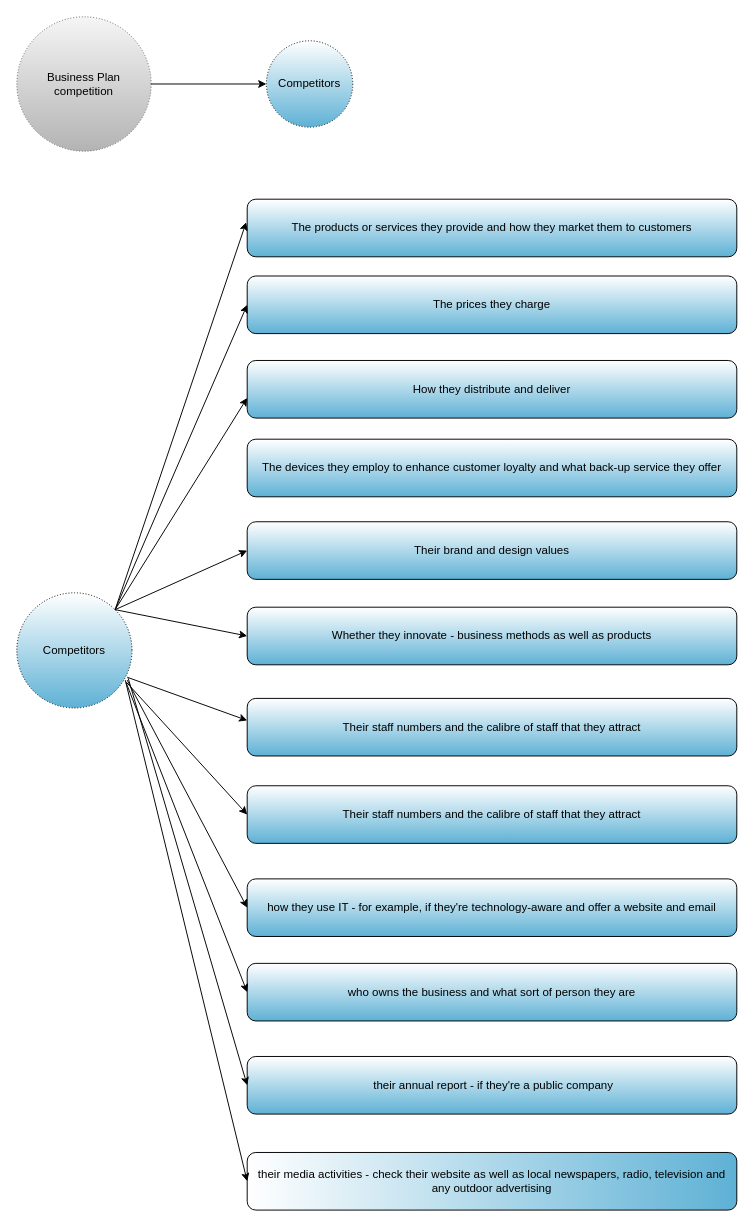
The draw.io diagram page "Business-plan-competition" (7 of 10) of 04_docs/Department_Organizational_chart.drawio in letrthong/business, before the edit. Source tidied: cells renumbered, new cells numbered last; positions are measured from the earlier drawing's top-left corner, leaving out a move shared by most shapes. Both pictures are drawn from the tidied source at 96%, with x=0, y=0 at pixel (16, 16).
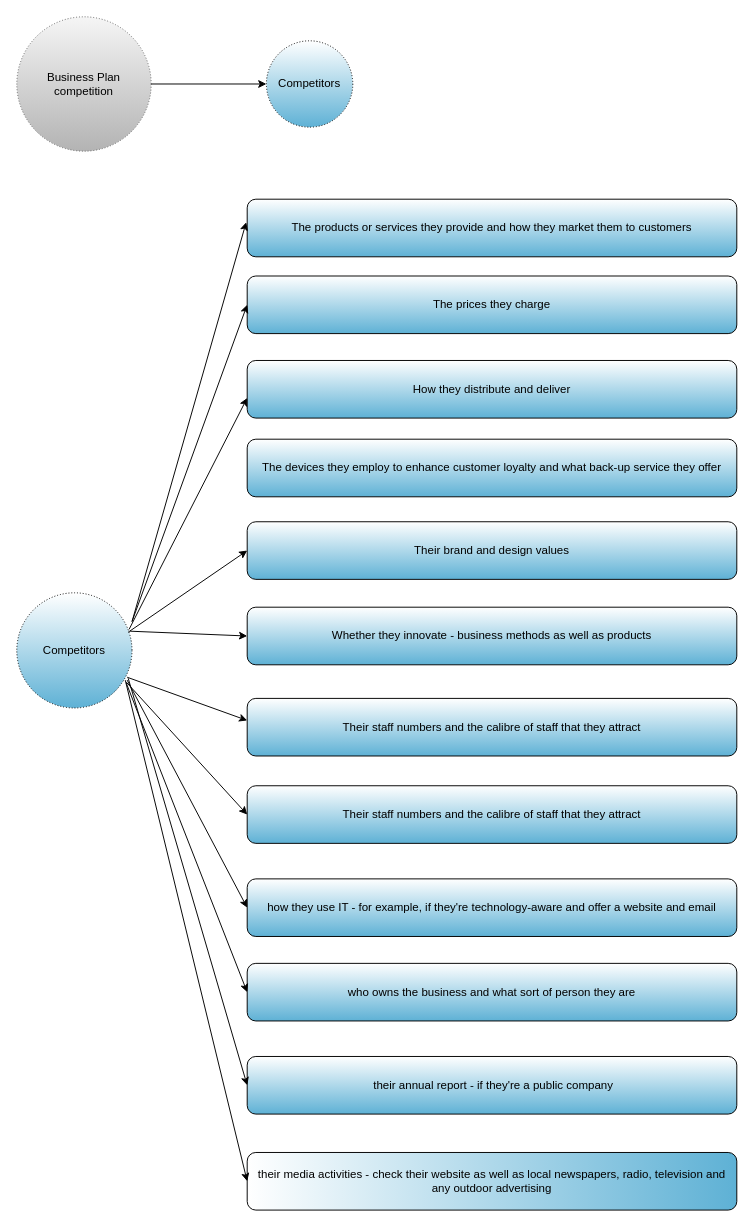
The same diagram, later.

Unchanged cells that the change refers to:
```xml
<mxCell id="3" value="Competitors" style="ellipse;whiteSpace=wrap;html=1;rounded=0;shadow=0;dashed=1;dashPattern=1 2;sketch=0;strokeColor=#000000;fillColor=#ffffff;gradientColor=#5EB1D5;" parent="1" vertex="1">
  <mxGeometry y="600" width="120" height="120" as="geometry" />
</mxCell>
<mxCell id="4" value="The products or services they provide and how they market them to customers" style="rounded=1;whiteSpace=wrap;html=1;shadow=0;sketch=0;strokeColor=#000000;fillColor=#ffffff;gradientColor=#5EB1D5;" parent="1" vertex="1">
  <mxGeometry x="240" y="190" width="510" height="60" as="geometry" />
</mxCell>
<mxCell id="5" value="The prices they charge" style="rounded=1;whiteSpace=wrap;html=1;shadow=0;sketch=0;strokeColor=#000000;fillColor=#ffffff;gradientColor=#5EB1D5;" parent="1" vertex="1">
  <mxGeometry x="240" y="270" width="510" height="60" as="geometry" />
</mxCell>
<mxCell id="6" value="How they distribute and deliver" style="rounded=1;whiteSpace=wrap;html=1;shadow=0;sketch=0;strokeColor=#000000;fillColor=#ffffff;gradientColor=#5EB1D5;" parent="1" vertex="1">
  <mxGeometry x="240" y="358" width="510" height="60" as="geometry" />
</mxCell>
<mxCell id="10" value="Their brand and design values" style="rounded=1;whiteSpace=wrap;html=1;shadow=0;sketch=0;strokeColor=#000000;fillColor=#ffffff;gradientColor=#5EB1D5;" parent="1" vertex="1">
  <mxGeometry x="240" y="526" width="510" height="60" as="geometry" />
</mxCell>
<mxCell id="11" value="Whether they innovate - business methods as well as products" style="rounded=1;whiteSpace=wrap;html=1;shadow=0;sketch=0;strokeColor=#000000;fillColor=#ffffff;gradientColor=#5EB1D5;" parent="1" vertex="1">
  <mxGeometry x="240" y="615" width="510" height="60" as="geometry" />
</mxCell>
```

Change to the diagram source:
```diff
@@
-    <mxCell id="18" style="endArrow=classic;html=1;entryX=-0.002;entryY=0.4;entryDx=0;entryDy=0;entryPerimeter=0;exitX=1;exitY=0;exitDx=0;exitDy=0;" parent="1" edge="1" source="3" target="4">
-      <mxGeometry relative="1" as="geometry" />
+    <mxCell id="18" style="endArrow=classic;html=1;entryX=-0.002;entryY=0.4;entryDx=0;entryDy=0;entryPerimeter=0;" parent="1" edge="1" target="4">
+      <mxGeometry relative="1" as="geometry">
+        <mxPoint x="120" y="630" as="sourcePoint" />
+      </mxGeometry>
     </mxCell>
-    <mxCell id="19" style="endArrow=classic;html=1;entryX=0;entryY=0.5;entryDx=0;entryDy=0;exitX=1;exitY=0;exitDx=0;exitDy=0;" parent="1" edge="1" source="3" target="5">
-      <mxGeometry relative="1" as="geometry" />
+    <mxCell id="19" style="endArrow=classic;html=1;entryX=0;entryY=0.5;entryDx=0;entryDy=0;" parent="1" edge="1" target="5">
+      <mxGeometry relative="1" as="geometry">
+        <mxPoint x="120" y="630" as="sourcePoint" />
+      </mxGeometry>
     </mxCell>
-    <mxCell id="20" style="endArrow=classic;html=1;entryX=0;entryY=0.65;entryDx=0;entryDy=0;entryPerimeter=0;exitX=1;exitY=0;exitDx=0;exitDy=0;" parent="1" edge="1" source="3" target="6">
+    <mxCell id="20" style="endArrow=classic;html=1;entryX=0;entryY=0.65;entryDx=0;entryDy=0;entryPerimeter=0;exitX=0.975;exitY=0.317;exitDx=0;exitDy=0;exitPerimeter=0;" parent="1" edge="1" source="3" target="6">
       <mxGeometry relative="1" as="geometry" />
     </mxCell>
-    <mxCell id="21" style="endArrow=classic;html=1;entryX=0;entryY=0.5;entryDx=0;entryDy=0;exitX=1;exitY=0;exitDx=0;exitDy=0;" parent="1" edge="1" source="3" target="10">
+    <mxCell id="21" style="endArrow=classic;html=1;entryX=0;entryY=0.5;entryDx=0;entryDy=0;exitX=0.967;exitY=0.342;exitDx=0;exitDy=0;exitPerimeter=0;" parent="1" edge="1" source="3" target="10">
       <mxGeometry relative="1" as="geometry" />
     </mxCell>
-    <mxCell id="22" style="endArrow=classic;html=1;entryX=0;entryY=0.5;entryDx=0;entryDy=0;exitX=1;exitY=0;exitDx=0;exitDy=0;" parent="1" edge="1" source="3" target="11">
-      <mxGeometry relative="1" as="geometry" />
+    <mxCell id="22" style="endArrow=classic;html=1;entryX=0;entryY=0.5;entryDx=0;entryDy=0;" parent="1" edge="1" target="11">
+      <mxGeometry relative="1" as="geometry">
+        <mxPoint x="118" y="640" as="sourcePoint" />
+      </mxGeometry>
     </mxCell>
```
